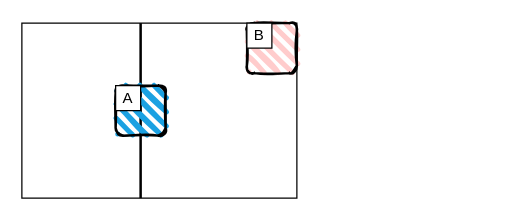
Earlier version of the draw.io diagram page "第 2 页" (2 of 2) of 数据流.drawio (yzy1421/Amateur-women-basketball-in-China). Source tidied: cells renumbered, new cells numbered last; positions are measured from the earlier drawing's top-left corner, leaving out a move shared by most shapes. Both pictures are drawn from the tidied source at 125%, with x=0, y=0 at pixel (21, 22).
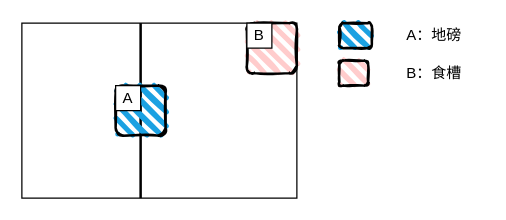
The same page after the edit.

Commit message (it also covers changes not shown here):
更新数据流.drawio

Change to the diagram source:
```diff
@@
 <mxGraphModel>
   <root>
     <mxCell id="0" />
     <mxCell id="1" parent="0" />
     <mxCell id="2" style="rounded=0;whiteSpace=wrap;html=1;" parent="1" vertex="1">
       <mxGeometry width="220" height="140" as="geometry" />
     </mxCell>
     <mxCell id="3" style="line;strokeWidth=2;direction=south;html=1;" parent="1" vertex="1">
       <mxGeometry x="90" width="10" height="140" as="geometry" />
     </mxCell>
     <mxCell id="4" style="rounded=1;whiteSpace=wrap;html=1;strokeWidth=2;fillWeight=4;hachureGap=8;hachureAngle=45;fillColor=#1ba1e2;sketch=1;" parent="1" vertex="1">
       <mxGeometry x="75" y="50" width="40" height="40" as="geometry" />
     </mxCell>
     <mxCell id="5" style="rounded=1;whiteSpace=wrap;html=1;strokeWidth=2;fillWeight=4;hachureGap=8;hachureAngle=45;fillColor=#FFCCCC;sketch=1;" parent="1" vertex="1">
       <mxGeometry x="180" width="40" height="40" as="geometry" />
     </mxCell>
     <mxCell id="6" value="A" style="whiteSpace=wrap;html=1;" parent="1" vertex="1">
       <mxGeometry x="75" y="50" width="20" height="20" as="geometry" />
     </mxCell>
     <mxCell id="7" value="B" style="whiteSpace=wrap;html=1;" parent="1" vertex="1">
       <mxGeometry x="180" width="20" height="20" as="geometry" />
     </mxCell>
+    <mxCell id="8" style="rounded=1;whiteSpace=wrap;html=1;strokeWidth=2;fillWeight=4;hachureGap=8;hachureAngle=45;fillColor=#1ba1e2;sketch=1;" parent="1" vertex="1">
+      <mxGeometry x="254" width="26" height="20" as="geometry" />
+    </mxCell>
+    <mxCell id="9" style="rounded=1;whiteSpace=wrap;html=1;strokeWidth=2;fillWeight=4;hachureGap=8;hachureAngle=45;fillColor=#FFCCCC;sketch=1;" parent="1" vertex="1">
+      <mxGeometry x="254" y="30" width="23" height="20" as="geometry" />
+    </mxCell>
+    <mxCell id="10" value="A：地磅" style="rounded=0;whiteSpace=wrap;html=1;strokeColor=none;" parent="1" vertex="1">
+      <mxGeometry x="290" width="80" height="20" as="geometry" />
+    </mxCell>
+    <mxCell id="11" value="B：食槽" style="rounded=0;whiteSpace=wrap;html=1;strokeColor=none;" parent="1" vertex="1">
+      <mxGeometry x="290" y="30" width="80" height="20" as="geometry" />
+    </mxCell>
   </root>
 </mxGraphModel>
```
